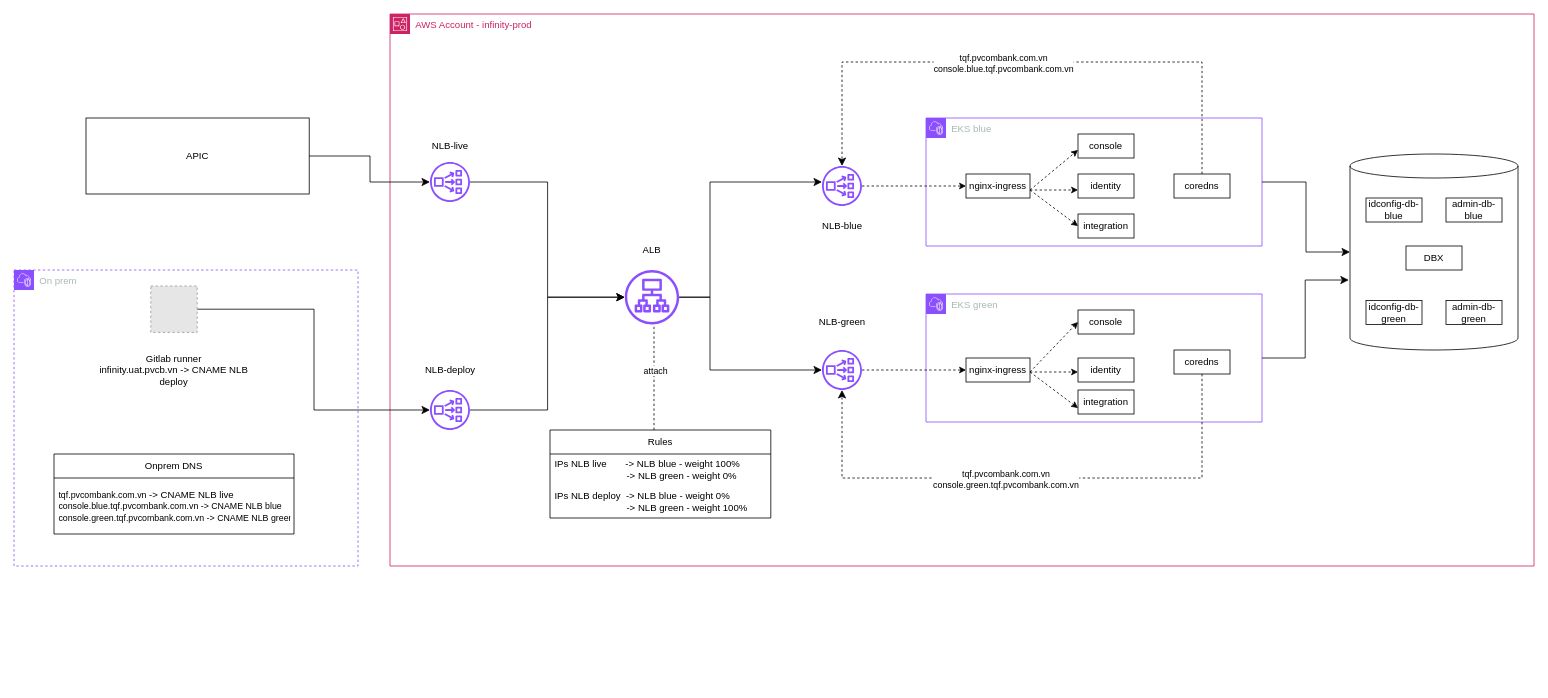
This is fabric_blue_green.drawio from huyhoangit3/ansible-project, a draw.io file, before an edit. Source tidied: cells renumbered, new cells numbered last; positions are measured from the earlier drawing's top-left corner, leaving out a move shared by most shapes. Both pictures are drawn from the tidied source at 80%, with x=0, y=0 at pixel (14, 14). Pictures stored in the file or linked from it are replaced by grey dashed boxes.
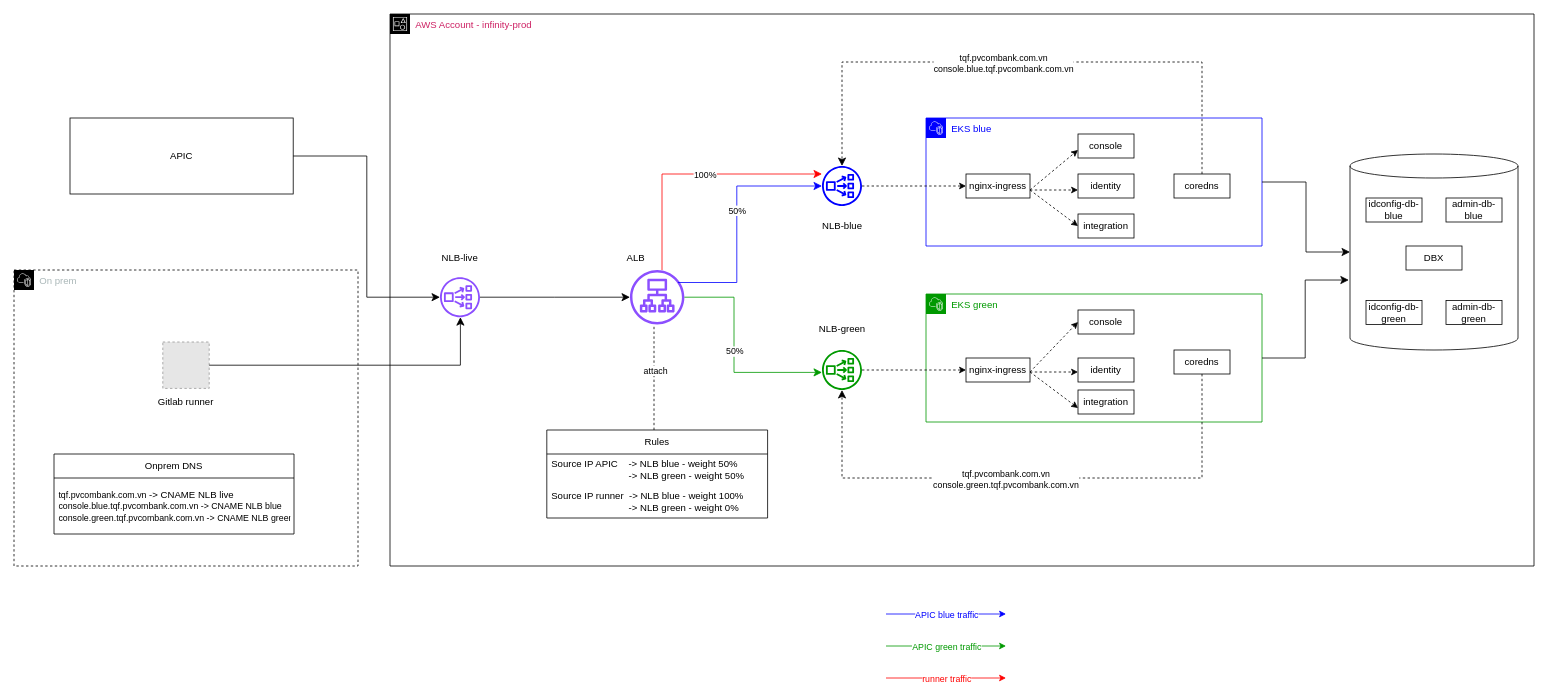
Above is the later version.

The edit, as a diff of the source:
```diff
@@
-    <mxCell id="3" value="EKS blue" style="points=[[0,0],[0.25,0],[0.5,0],[0.75,0],[1,0],[1,0.25],[1,0.5],[1,0.75],[1,1],[0.75,1],[0.5,1],[0.25,1],[0,1],[0,0.75],[0,0.5],[0,0.25]];outlineConnect=0;gradientColor=none;html=1;whiteSpace=wrap;fontSize=12;fontStyle=0;shape=mxgraph.aws4.group;grIcon=mxgraph.aws4.group_vpc2;strokeColor=#8C4FFF;fillColor=none;verticalAlign=top;align=left;spacingLeft=30;fontColor=#AAB7B8;dashed=0;" parent="1" vertex="1">
+    <mxCell id="3" value="&lt;font style=&quot;color: rgb(0, 0, 255);&quot;&gt;EKS blue&lt;/font&gt;" style="points=[[0,0],[0.25,0],[0.5,0],[0.75,0],[1,0],[1,0.25],[1,0.5],[1,0.75],[1,1],[0.75,1],[0.5,1],[0.25,1],[0,1],[0,0.75],[0,0.5],[0,0.25]];outlineConnect=0;gradientColor=none;html=1;whiteSpace=wrap;fontSize=12;fontStyle=0;shape=mxgraph.aws4.group;grIcon=mxgraph.aws4.group_vpc2;strokeColor=#0000FF;fillColor=none;verticalAlign=top;align=left;spacingLeft=30;fontColor=#AAB7B8;dashed=0;" parent="1" vertex="1">
       <mxGeometry x="1140" y="130" width="420" height="160" as="geometry" />
     </mxCell>
@@
-    <mxCell id="9" value="EKS green" style="points=[[0,0],[0.25,0],[0.5,0],[0.75,0],[1,0],[1,0.25],[1,0.5],[1,0.75],[1,1],[0.75,1],[0.5,1],[0.25,1],[0,1],[0,0.75],[0,0.5],[0,0.25]];outlineConnect=0;gradientColor=none;html=1;whiteSpace=wrap;fontSize=12;fontStyle=0;shape=mxgraph.aws4.group;grIcon=mxgraph.aws4.group_vpc2;strokeColor=#8C4FFF;fillColor=none;verticalAlign=top;align=left;spacingLeft=30;fontColor=#AAB7B8;dashed=0;" parent="1" vertex="1">
+    <mxCell id="9" value="&lt;font style=&quot;color: rgb(0, 153, 0);&quot;&gt;EKS green&lt;/font&gt;" style="points=[[0,0],[0.25,0],[0.5,0],[0.75,0],[1,0],[1,0.25],[1,0.5],[1,0.75],[1,1],[0.75,1],[0.5,1],[0.25,1],[0,1],[0,0.75],[0,0.5],[0,0.25]];outlineConnect=0;gradientColor=none;html=1;whiteSpace=wrap;fontSize=12;fontStyle=0;shape=mxgraph.aws4.group;grIcon=mxgraph.aws4.group_vpc2;strokeColor=#009900;fillColor=none;verticalAlign=top;align=left;spacingLeft=30;fontColor=#AAB7B8;dashed=0;" parent="1" vertex="1">
       <mxGeometry x="1140" y="350" width="420" height="160" as="geometry" />
     </mxCell>
@@
     <mxCell id="13" value="APIC" style="whiteSpace=wrap;html=1;align=center;" parent="1" vertex="1">
-      <mxGeometry x="90" y="130" width="279" height="95" as="geometry" />
+      <mxGeometry x="70" y="130" width="279" height="95" as="geometry" />
     </mxCell>
@@
-    <mxCell id="15" style="sketch=0;outlineConnect=0;fontColor=#232F3E;gradientColor=none;fillColor=#8C4FFF;strokeColor=none;dashed=0;verticalLabelPosition=bottom;verticalAlign=top;align=center;html=1;fontSize=12;fontStyle=0;shape=mxgraph.aws4.network_load_balancer;" parent="1" vertex="1">
+    <mxCell id="15" style="sketch=0;outlineConnect=0;fontColor=#232F3E;gradientColor=none;fillColor=#0000FF;strokeColor=none;dashed=0;verticalLabelPosition=bottom;verticalAlign=top;align=center;html=1;fontSize=12;fontStyle=0;shape=mxgraph.aws4.network_load_balancer;" parent="1" vertex="1">
       <mxGeometry x="1010" y="190" width="50" height="50" as="geometry" />
     </mxCell>
@@
-    <mxCell id="21" value="NLB-green" style="text;html=1;align=center;verticalAlign=middle;whiteSpace=wrap;rounded=0;" parent="1" vertex="1">
-      <mxGeometry x="997.5" y="370" width="75" height="30" as="geometry" />
-    </mxCell>
@@
-    <mxCell id="27" value="AWS Account - infinity-prod" style="gradientColor=none;html=1;whiteSpace=wrap;fontSize=12;fontStyle=0;shape=mxgraph.aws4.group;grIcon=mxgraph.aws4.group_account;strokeColor=#CD2264;fillColor=none;verticalAlign=top;align=left;spacingLeft=30;fontColor=#CD2264;dashed=0;" parent="1" vertex="1">
+    <mxCell id="27" value="AWS Account - infinity-prod" style="gradientColor=none;html=1;whiteSpace=wrap;fontSize=12;fontStyle=0;shape=mxgraph.aws4.group;grIcon=mxgraph.aws4.group_account;strokeColor=#000000;fillColor=none;verticalAlign=top;align=left;spacingLeft=30;fontColor=#CD2264;dashed=0;" parent="1" vertex="1">
       <mxGeometry x="470" width="1430" height="690" as="geometry" />
     </mxCell>
-    <mxCell id="28" style="sketch=0;outlineConnect=0;fontColor=#232F3E;gradientColor=none;fillColor=#8C4FFF;strokeColor=none;dashed=0;verticalLabelPosition=bottom;verticalAlign=top;align=center;html=1;fontSize=12;fontStyle=0;shape=mxgraph.aws4.network_load_balancer;" parent="27" vertex="1">
-      <mxGeometry x="50" y="470" width="50" height="50" as="geometry" />
-    </mxCell>
-    <mxCell id="29" value="NLB-deploy" style="text;html=1;align=center;verticalAlign=middle;whiteSpace=wrap;rounded=0;" parent="27" vertex="1">
-      <mxGeometry x="37.5" y="430" width="75" height="30" as="geometry" />
-    </mxCell>
     <mxCell id="30" value="Rules" style="swimlane;fontStyle=0;horizontal=1;startSize=30;whiteSpace=wrap;html=1;" parent="27" vertex="1">
-      <mxGeometry x="200" y="520" width="276" height="110" as="geometry" />
+      <mxGeometry x="196" y="520" width="276" height="110" as="geometry" />
     </mxCell>
-    <mxCell id="31" value="IPs NLB live&amp;nbsp; &amp;nbsp; &amp;nbsp; &amp;nbsp;-&amp;gt; NLB blue - weight 100%&lt;div&gt;&lt;span style=&quot;white-space: pre;&quot;&gt;&#9;&lt;/span&gt;&lt;span style=&quot;white-space: pre;&quot;&gt;&#9;&lt;/span&gt;&lt;span style=&quot;white-space: pre;&quot;&gt;&#9;&lt;/span&gt;&amp;nbsp; &amp;nbsp;-&amp;gt; NLB green - weight 0%&lt;br&gt;&lt;/div&gt;" style="text;strokeColor=none;fillColor=none;align=left;verticalAlign=middle;spacingLeft=4;spacingRight=4;overflow=hidden;whiteSpace=wrap;html=1;" parent="30" vertex="1">
+    <mxCell id="31" value="Source IP APIC&amp;nbsp; &amp;nbsp; -&amp;gt; NLB blue - weight 50%&lt;div&gt;&lt;span style=&quot;white-space: pre;&quot;&gt;&#9;&lt;/span&gt;&lt;span style=&quot;white-space: pre;&quot;&gt;&#9;&lt;/span&gt;&lt;span style=&quot;white-space: pre;&quot;&gt;&#9;&lt;/span&gt;&amp;nbsp; &amp;nbsp; &amp;nbsp;-&amp;gt; NLB green - weight 50%&lt;br&gt;&lt;/div&gt;" style="text;strokeColor=none;fillColor=none;align=left;verticalAlign=middle;spacingLeft=4;spacingRight=4;overflow=hidden;whiteSpace=wrap;html=1;" parent="30" vertex="1">
       <mxGeometry y="30" width="276" height="40" as="geometry" />
     </mxCell>
-    <mxCell id="32" value="IPs NLB deploy&amp;nbsp; -&amp;gt; NLB blue - weight 0%&lt;div&gt;&lt;span style=&quot;white-space: pre;&quot;&gt;&#9;&lt;/span&gt;&lt;span style=&quot;white-space: pre;&quot;&gt;&#9;&lt;/span&gt;&lt;span style=&quot;white-space: pre;&quot;&gt;&#9;&lt;/span&gt;&amp;nbsp; &amp;nbsp;-&amp;gt; NLB green - weight 100%&lt;br&gt;&lt;/div&gt;" style="text;strokeColor=none;fillColor=none;align=left;verticalAlign=middle;spacingLeft=4;spacingRight=4;overflow=hidden;whiteSpace=wrap;html=1;" parent="30" vertex="1">
+    <mxCell id="32" value="Source IP runner&amp;nbsp; -&amp;gt; NLB blue - weight 100%&lt;div&gt;&lt;span style=&quot;white-space: pre;&quot;&gt;&#9;&lt;/span&gt;&lt;span style=&quot;white-space: pre;&quot;&gt;&#9;&lt;/span&gt;&lt;span style=&quot;white-space: pre;&quot;&gt;&#9;&lt;/span&gt;&amp;nbsp; &amp;nbsp; &amp;nbsp;-&amp;gt; NLB green - weight 0%&lt;br&gt;&lt;/div&gt;" style="text;strokeColor=none;fillColor=none;align=left;verticalAlign=middle;spacingLeft=4;spacingRight=4;overflow=hidden;whiteSpace=wrap;html=1;" parent="30" vertex="1">
       <mxGeometry y="70" width="276" height="40" as="geometry" />
     </mxCell>
     <mxCell id="33" style="sketch=0;outlineConnect=0;fontColor=#232F3E;gradientColor=none;fillColor=#8C4FFF;strokeColor=none;dashed=0;verticalLabelPosition=bottom;verticalAlign=top;align=center;html=1;fontSize=12;fontStyle=0;shape=mxgraph.aws4.network_load_balancer;" parent="27" vertex="1">
-      <mxGeometry x="50" y="185" width="50" height="50" as="geometry" />
+      <mxGeometry x="62.5" y="329" width="50" height="50" as="geometry" />
     </mxCell>
     <mxCell id="34" value="NLB-live" style="text;html=1;align=center;verticalAlign=middle;whiteSpace=wrap;rounded=0;" parent="27" vertex="1">
-      <mxGeometry x="37.5" y="150" width="75" height="30" as="geometry" />
+      <mxGeometry x="50" y="290" width="75" height="30" as="geometry" />
     </mxCell>
     <mxCell id="35" style="sketch=0;outlineConnect=0;fontColor=#232F3E;gradientColor=none;fillColor=#8C4FFF;strokeColor=none;dashed=0;verticalLabelPosition=bottom;verticalAlign=top;align=center;html=1;fontSize=12;fontStyle=0;shape=mxgraph.aws4.application_load_balancer;" parent="27" vertex="1">
-      <mxGeometry x="293.5" y="320" width="68" height="68" as="geometry" />
+      <mxGeometry x="300" y="320" width="68" height="68" as="geometry" />
     </mxCell>
     <mxCell id="36" value="ALB" style="text;html=1;align=center;verticalAlign=middle;whiteSpace=wrap;rounded=0;" parent="27" vertex="1">
-      <mxGeometry x="290" y="280" width="75" height="30" as="geometry" />
+      <mxGeometry x="270" y="290" width="75" height="30" as="geometry" />
     </mxCell>
@@
-    <mxCell id="38" style="edgeStyle=elbowEdgeStyle;elbow=horizontal;endArrow=classic;html=1;curved=0;rounded=0;endSize=8;startSize=8;" parent="27" edge="1" source="28" target="35">
-      <mxGeometry relative="1" as="geometry" />
-    </mxCell>
@@
-    <mxCell id="45" style="sketch=0;outlineConnect=0;fontColor=#232F3E;gradientColor=none;fillColor=#8C4FFF;strokeColor=none;dashed=0;verticalLabelPosition=bottom;verticalAlign=top;align=center;html=1;fontSize=12;fontStyle=0;shape=mxgraph.aws4.network_load_balancer;" parent="27" vertex="1">
+    <mxCell id="45" style="sketch=0;outlineConnect=0;fontColor=#232F3E;gradientColor=none;fillColor=#009900;strokeColor=none;dashed=0;verticalLabelPosition=bottom;verticalAlign=top;align=center;html=1;fontSize=12;fontStyle=0;shape=mxgraph.aws4.network_load_balancer;" parent="27" vertex="1">
       <mxGeometry x="540" y="420" width="50" height="50" as="geometry" />
     </mxCell>
-    <mxCell id="46" style="edgeStyle=elbowEdgeStyle;elbow=horizontal;endArrow=classic;html=1;curved=0;rounded=0;endSize=8;startSize=8;" parent="27" edge="1" source="35" target="45">
-      <mxGeometry relative="1" as="geometry">
-        <Array as="points">
-          <mxPoint x="400" y="400" />
-        </Array>
-      </mxGeometry>
-    </mxCell>
@@
+    <mxCell id="21" value="NLB-green" style="text;html=1;align=center;verticalAlign=middle;whiteSpace=wrap;rounded=0;" parent="27" vertex="1">
+      <mxGeometry x="527.5" y="379" width="75" height="30" as="geometry" />
+    </mxCell>
@@
-    <mxCell id="49" style="edgeStyle=elbowEdgeStyle;elbow=horizontal;endArrow=classic;html=1;curved=0;rounded=0;endSize=8;startSize=8;exitX=1;exitY=0.5;exitDx=0;exitDy=0;" parent="1" edge="1" source="58" target="28">
-      <mxGeometry relative="1" as="geometry" />
-    </mxCell>
@@
-    <mxCell id="52" style="edgeStyle=elbowEdgeStyle;elbow=horizontal;endArrow=classic;html=1;curved=0;rounded=0;endSize=8;startSize=8;" parent="1" edge="1" source="35" target="15">
-      <mxGeometry relative="1" as="geometry">
-        <Array as="points">
-          <mxPoint x="870" y="210" />
-        </Array>
-      </mxGeometry>
-    </mxCell>
@@
-    <mxCell id="57" value="On prem" style="gradientColor=none;html=1;whiteSpace=wrap;fontSize=12;fontStyle=0;shape=mxgraph.aws4.group;grIcon=mxgraph.aws4.group_vpc2;strokeColor=#8C4FFF;fillColor=none;verticalAlign=top;align=left;spacingLeft=30;fontColor=#AAB7B8;dashed=1;" parent="1" vertex="1">
+    <mxCell id="57" value="On prem" style="gradientColor=none;html=1;whiteSpace=wrap;fontSize=12;fontStyle=0;shape=mxgraph.aws4.group;grIcon=mxgraph.aws4.group_vpc2;strokeColor=#000000;fillColor=none;verticalAlign=top;align=left;spacingLeft=30;fontColor=#AAB7B8;dashed=1;" parent="1" vertex="1">
       <mxGeometry y="320" width="430" height="370" as="geometry" />
     </mxCell>
     <mxCell id="58" style="fillColor=#E6E6E6;strokeColor=#999999;dashed=1;html=1;verticalAlign=top;verticalLabelPosition=bottom;labelBackgroundColor=#ffffff;" parent="57" vertex="1">
-      <mxGeometry x="171" y="20" width="58" height="58" as="geometry" />
+      <mxGeometry x="186" y="90" width="58" height="58" as="geometry" />
     </mxCell>
-    <mxCell id="59" value="Gitlab runner&lt;div&gt;infinity.uat.pvcb.vn -&amp;gt; CNAME NLB deploy&lt;/div&gt;" style="text;html=1;align=center;verticalAlign=middle;whiteSpace=wrap;rounded=0;" parent="57" vertex="1">
-      <mxGeometry x="100" y="100" width="200" height="50" as="geometry" />
+    <mxCell id="59" value="Gitlab runner" style="text;html=1;align=center;verticalAlign=middle;whiteSpace=wrap;rounded=0;" parent="57" vertex="1">
+      <mxGeometry x="175" y="150" width="80" height="30" as="geometry" />
     </mxCell>
@@
+    <mxCell id="62" style="edgeStyle=elbowEdgeStyle;elbow=horizontal;endArrow=classic;html=1;curved=0;rounded=0;endSize=8;startSize=8;strokeColor=#009900;" parent="1" edge="1" source="35">
+      <mxGeometry relative="1" as="geometry">
+        <mxPoint x="1010" y="448" as="targetPoint" />
+        <Array as="points">
+          <mxPoint x="900" y="400" />
+        </Array>
+      </mxGeometry>
+    </mxCell>
+    <mxCell id="63" value="50%" style="edgeLabel;html=1;align=center;verticalAlign=middle;" parent="62" vertex="1">
+      <mxGeometry x="-0.03" relative="1" as="geometry" />
+    </mxCell>
+    <mxCell id="64" style="edgeStyle=elbowEdgeStyle;elbow=horizontal;endArrow=classic;html=1;curved=0;rounded=0;endSize=8;startSize=8;exitX=1;exitY=0.5;exitDx=0;exitDy=0;" parent="1" edge="1" source="58" target="33">
+      <mxGeometry relative="1" as="geometry">
+        <Array as="points">
+          <mxPoint x="558" y="450" />
+        </Array>
+      </mxGeometry>
+    </mxCell>
+    <mxCell id="65" style="edgeStyle=elbowEdgeStyle;elbow=horizontal;endArrow=classic;html=1;curved=0;rounded=0;endSize=8;startSize=8;strokeColor=#0000FF;exitX=0.882;exitY=0.23;exitDx=0;exitDy=0;exitPerimeter=0;" parent="1" edge="1" source="35" target="15">
+      <mxGeometry relative="1" as="geometry">
+        <Array as="points">
+          <mxPoint x="903.5" y="281.6" />
+        </Array>
+      </mxGeometry>
+    </mxCell>
+    <mxCell id="66" value="50%" style="edgeLabel;html=1;align=center;verticalAlign=middle;" parent="65" vertex="1">
+      <mxGeometry x="0.09" relative="1" as="geometry" />
+    </mxCell>
+    <mxCell id="67" style="endArrow=classic;html=1;rounded=0;fontColor=#0000FF;strokeColor=#0000FF;" parent="1" edge="1">
+      <mxGeometry relative="1" as="geometry">
+        <mxPoint x="1090" y="750" as="sourcePoint" />
+        <mxPoint x="1240" y="750" as="targetPoint" />
+        <Array as="points">
+          <mxPoint x="1160" y="750" />
+        </Array>
+      </mxGeometry>
+    </mxCell>
+    <mxCell id="68" value="APIC blue traffic" style="edgeLabel;html=1;align=center;verticalAlign=middle;fontColor=#0000FF;" parent="67" vertex="1">
+      <mxGeometry relative="1" as="geometry" />
+    </mxCell>
+    <mxCell id="69" style="endArrow=classic;html=1;rounded=0;strokeColor=#009900;" parent="1" edge="1">
+      <mxGeometry relative="1" as="geometry">
+        <mxPoint x="1090" y="790" as="sourcePoint" />
+        <mxPoint x="1240" y="790" as="targetPoint" />
+        <Array as="points">
+          <mxPoint x="1160" y="790" />
+        </Array>
+      </mxGeometry>
+    </mxCell>
+    <mxCell id="70" value="APIC green traffic" style="edgeLabel;html=1;align=center;verticalAlign=middle;fontColor=#009900;" parent="69" vertex="1">
+      <mxGeometry relative="1" as="geometry" />
+    </mxCell>
+    <mxCell id="71" style="endArrow=classic;html=1;rounded=0;strokeColor=#FF0000;" parent="1" edge="1">
+      <mxGeometry relative="1" as="geometry">
+        <mxPoint x="1090" y="830" as="sourcePoint" />
+        <mxPoint x="1240" y="830" as="targetPoint" />
+        <Array as="points">
+          <mxPoint x="1160" y="830" />
+        </Array>
+      </mxGeometry>
+    </mxCell>
+    <mxCell id="72" value="runner traffic" style="edgeLabel;html=1;align=center;verticalAlign=middle;fontColor=#FF0000;" parent="71" vertex="1">
+      <mxGeometry relative="1" as="geometry" />
+    </mxCell>
+    <mxCell id="73" style="edgeStyle=elbowEdgeStyle;elbow=horizontal;endArrow=classic;html=1;curved=0;rounded=0;endSize=8;startSize=8;strokeColor=#FF0000;" parent="1" edge="1" source="35" target="15">
+      <mxGeometry relative="1" as="geometry">
+        <Array as="points">
+          <mxPoint x="810" y="200" />
+        </Array>
+      </mxGeometry>
+    </mxCell>
+    <mxCell id="74" value="100%" style="edgeLabel;html=1;align=center;verticalAlign=middle;" parent="73" vertex="1">
+      <mxGeometry x="0.09" relative="1" as="geometry" />
+    </mxCell>
```
